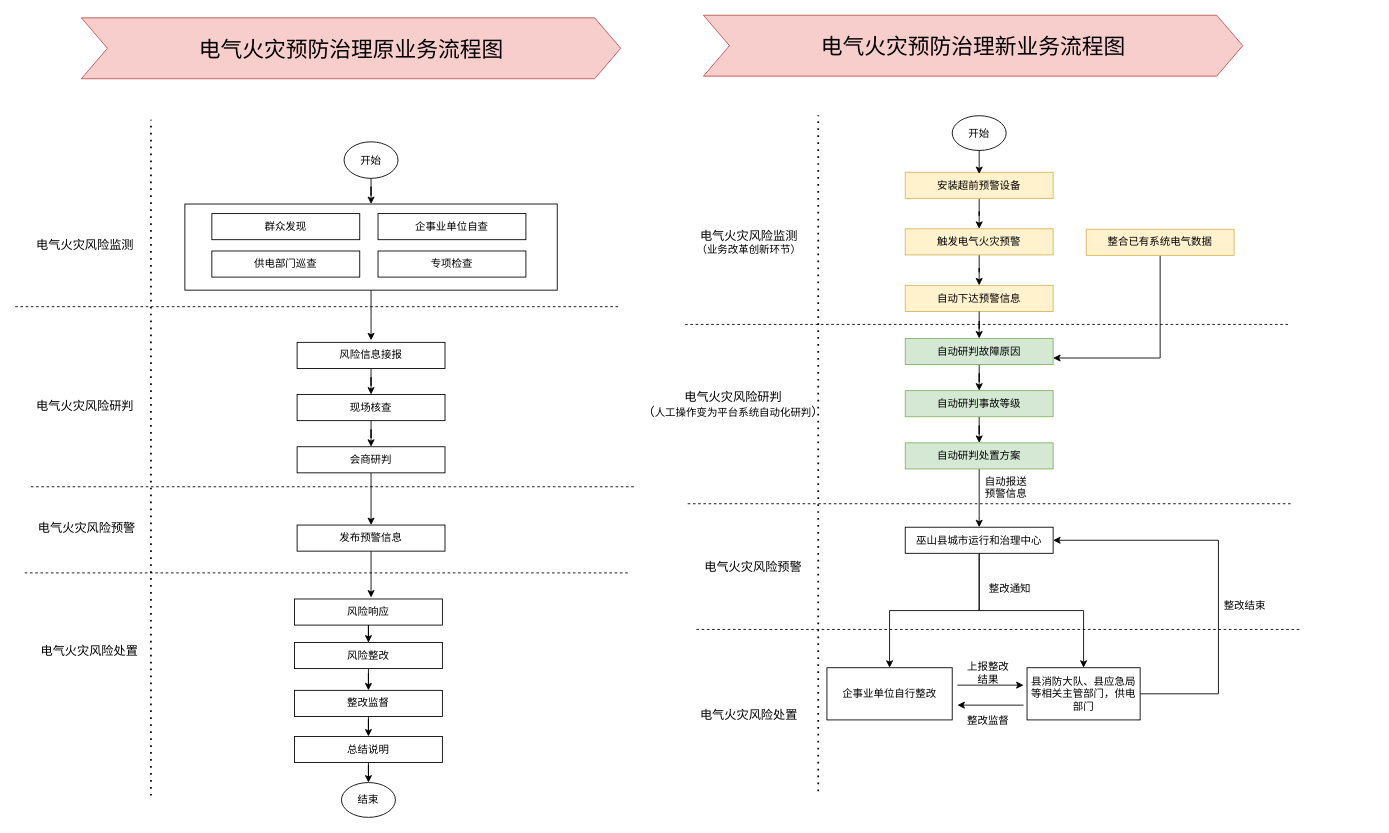
Above: 电气火灾.drawio in w1041660542/draw.io (draw.io), before the change. Source tidied: cells renumbered, new cells numbered last; positions are measured from the earlier drawing's top-left corner, leaving out a move shared by most shapes. Both pictures are drawn from the tidied source at 87%, with x=0, y=0 at pixel (15, 15).
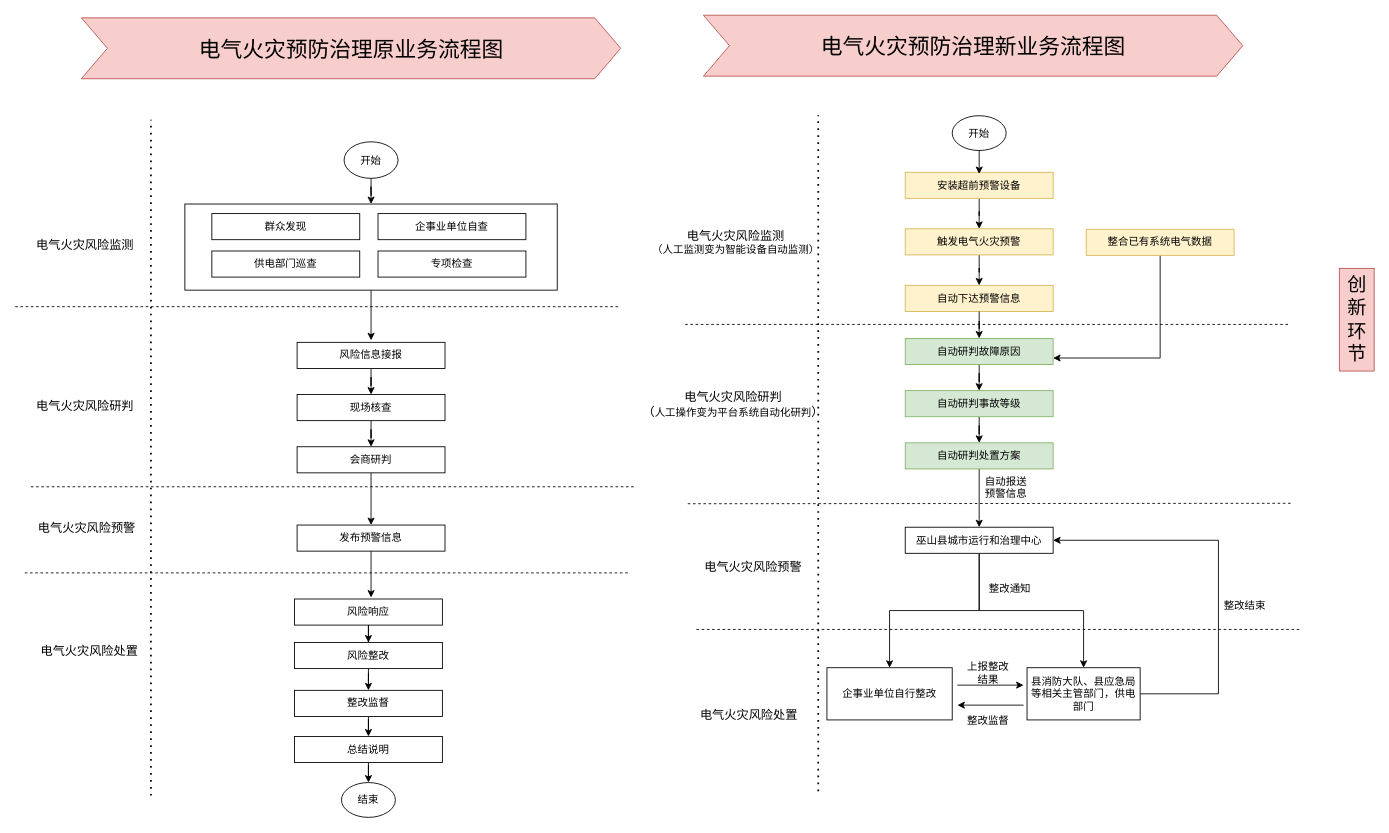
The same diagram, later.

Commit message (it also covers changes not shown here):
更新电气火灾.drawio

Diff of the diagram source:
```diff
@@
-    <mxCell id="36" value="&lt;font style=&quot;&quot;&gt;&lt;font style=&quot;font-size: 14px;&quot;&gt;电气火灾风险监测&lt;/font&gt;&lt;br&gt;（业务改革创新环节）&lt;br&gt;&lt;/font&gt;" style="text;html=1;align=center;verticalAlign=middle;strokeColor=none;fillColor=none;" parent="1" vertex="1">
-      <mxGeometry x="773" y="241" width="140" height="40" as="geometry" />
+    <mxCell id="36" value="&lt;font style=&quot;&quot;&gt;&lt;font style=&quot;font-size: 14px;&quot;&gt;电气火灾风险监测&lt;/font&gt;&lt;br&gt;（人工监测变为智能设备自动监测）&lt;br&gt;&lt;/font&gt;" style="text;html=1;align=center;verticalAlign=middle;strokeColor=none;fillColor=none;" parent="1" vertex="1">
+      <mxGeometry x="723" y="239.5" width="210" height="43" as="geometry" />
     </mxCell>
@@
     <mxCell id="65" style="endArrow=none;dashed=1;html=1;rounded=0;" parent="1" edge="1">
       <mxGeometry relative="1" as="geometry">
         <mxPoint x="773" y="561.5" as="sourcePoint" />
-        <mxPoint x="1469" y="561.5" as="targetPoint" />
+        <mxPoint x="1469" y="561" as="targetPoint" />
       </mxGeometry>
     </mxCell>
@@
+    <mxCell id="77" value="&lt;font style=&quot;font-size: 22px;&quot;&gt;创&lt;br&gt;新&lt;br&gt;环&lt;br&gt;节&lt;/font&gt;" style="text;html=1;align=center;verticalAlign=middle;fillColor=#f8cecc;strokeColor=#b85450;" parent="1" vertex="1">
+      <mxGeometry x="1522" y="291" width="40" height="118" as="geometry" />
+    </mxCell>
```
